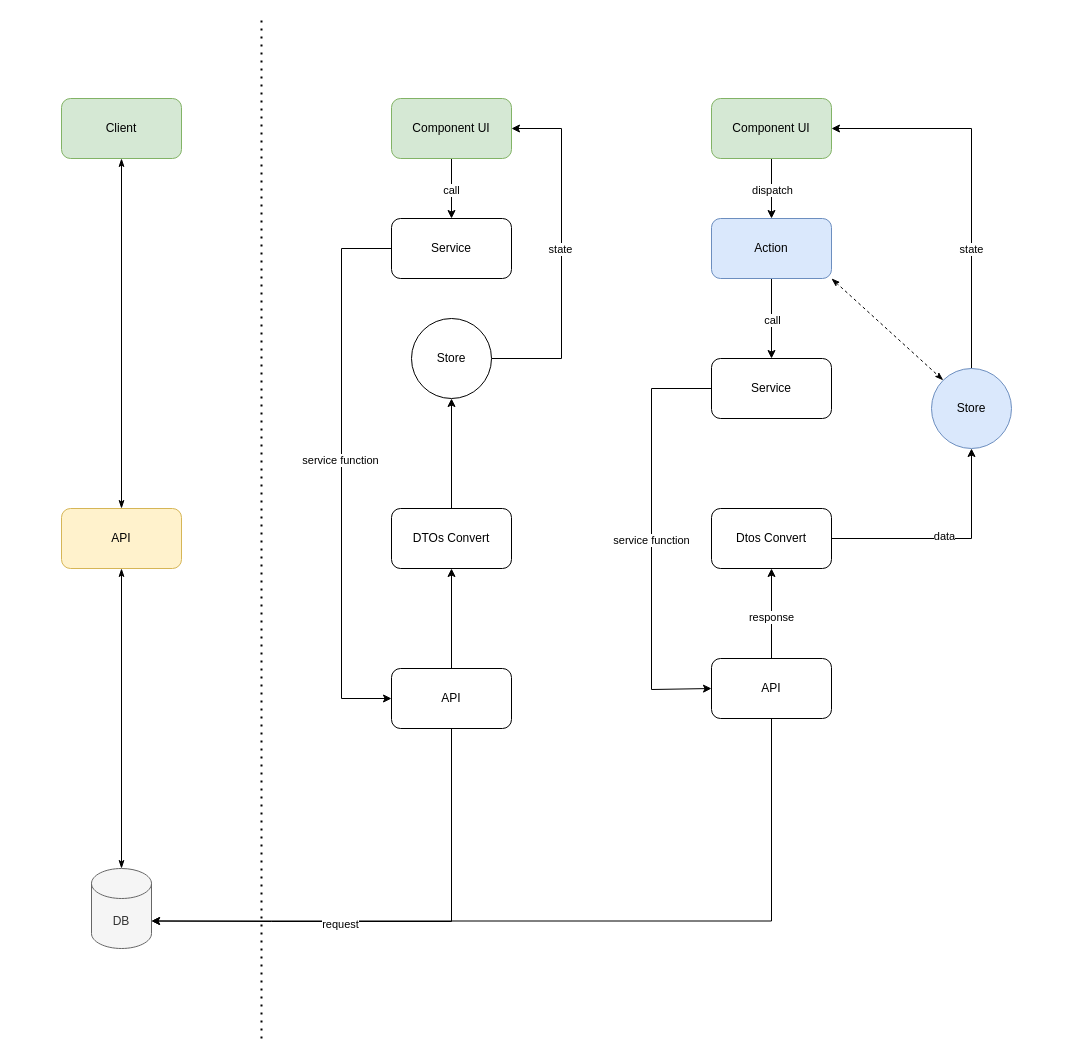
The draw.io diagram assets/架构.drawio in GitHubJiKe/drawio-assets, before the edit. Source tidied: cells renumbered, new cells numbered last; positions are measured from the earlier drawing's top-left corner, leaving out a move shared by most shapes. Both pictures are drawn from the tidied source at 100%, with x=0, y=0 at pixel (61, 18).
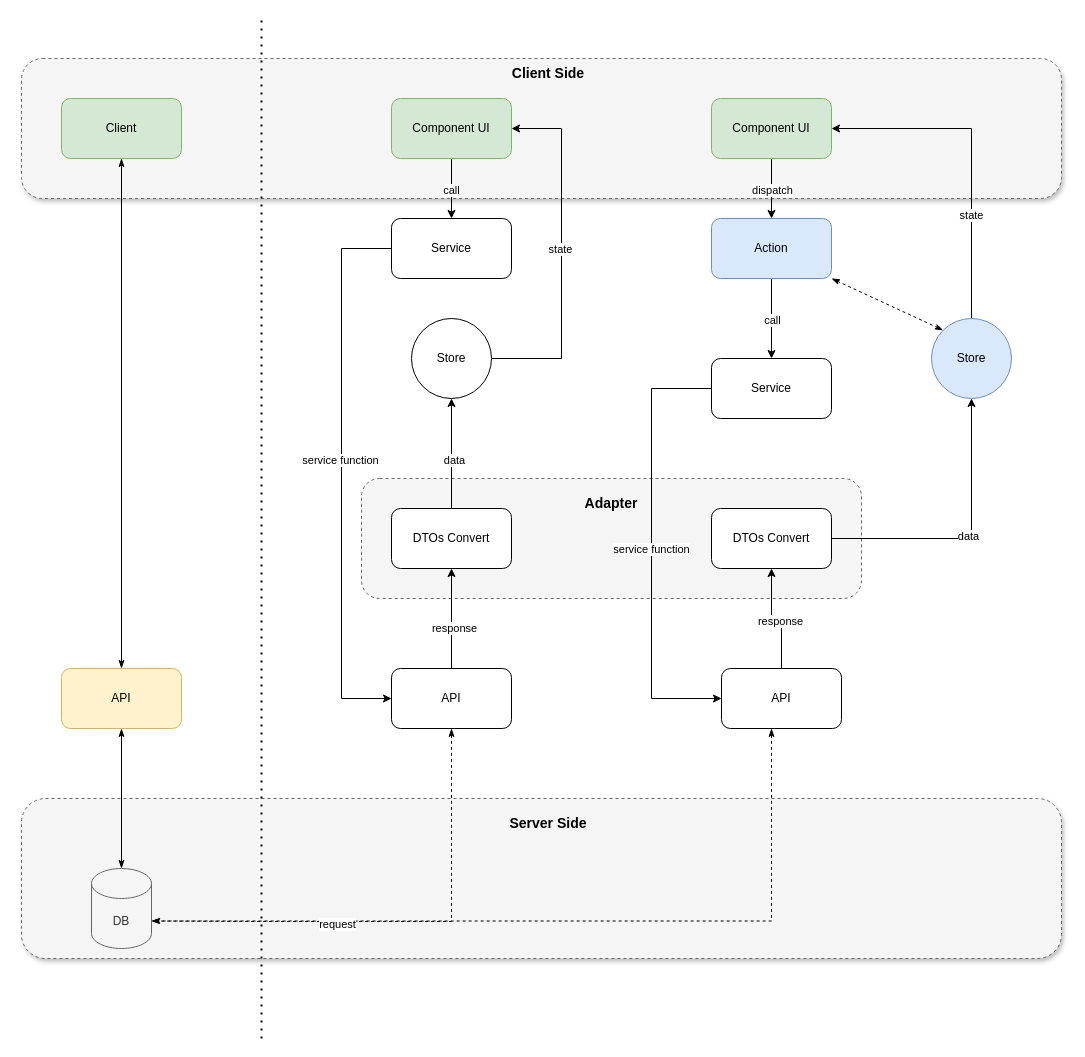
The same diagram, later.

The change refers to these unchanged cells:
```xml
<mxCell id="3" value="Client" style="rounded=1;whiteSpace=wrap;html=1;fillColor=#d5e8d4;strokeColor=#82b366;" parent="1" vertex="1">
  <mxGeometry y="80" width="120" height="60" as="geometry" />
</mxCell>
<mxCell id="6" value="DB" style="shape=cylinder3;whiteSpace=wrap;html=1;boundedLbl=1;backgroundOutline=1;size=15;fillColor=#f5f5f5;fontColor=#333333;strokeColor=#666666;" parent="1" vertex="1">
  <mxGeometry x="30" y="850" width="60" height="80" as="geometry" />
</mxCell>
<mxCell id="9" value="Component UI" style="rounded=1;whiteSpace=wrap;html=1;fillColor=#d5e8d4;strokeColor=#82b366;" parent="1" vertex="1">
  <mxGeometry x="330" y="80" width="120" height="60" as="geometry" />
</mxCell>
<mxCell id="12" value="Store" style="ellipse;whiteSpace=wrap;html=1;" parent="1" vertex="1">
  <mxGeometry x="350" y="300" width="80" height="80" as="geometry" />
</mxCell>
<mxCell id="14" value="API" style="rounded=1;whiteSpace=wrap;html=1;" parent="1" vertex="1">
  <mxGeometry x="330" y="650" width="120" height="60" as="geometry" />
</mxCell>
<mxCell id="16" value="DTOs Convert" style="rounded=1;whiteSpace=wrap;html=1;" parent="1" vertex="1">
  <mxGeometry x="330" y="490" width="120" height="60" as="geometry" />
</mxCell>
<mxCell id="19" value="Service" style="rounded=1;whiteSpace=wrap;html=1;" parent="1" vertex="1">
  <mxGeometry x="330" y="200" width="120" height="60" as="geometry" />
</mxCell>
<mxCell id="24" value="Component UI" style="rounded=1;whiteSpace=wrap;html=1;fillColor=#d5e8d4;strokeColor=#82b366;" parent="1" vertex="1">
  <mxGeometry x="650" y="80" width="120" height="60" as="geometry" />
</mxCell>
<mxCell id="28" value="Action" style="rounded=1;whiteSpace=wrap;html=1;fillColor=#dae8fc;strokeColor=#6c8ebf;" parent="1" vertex="1">
  <mxGeometry x="650" y="200" width="120" height="60" as="geometry" />
</mxCell>
<mxCell id="31" value="Service" style="rounded=1;whiteSpace=wrap;html=1;" parent="1" vertex="1">
  <mxGeometry x="650" y="340" width="120" height="60" as="geometry" />
</mxCell>
```

Diff of the diagram source:
```diff
@@
-<mxGraphModel>
+<mxGraphModel background="#ffffff">
@@
+    <mxCell id="43" style="rounded=1;whiteSpace=wrap;html=1;fillColor=#f5f5f5;strokeColor=#666666;dashed=1;shadow=1;fontColor=#333333;" parent="1" vertex="1">
+      <mxGeometry x="-40" y="40" width="1040" height="140" as="geometry" />
+    </mxCell>
+    <mxCell id="44" style="rounded=1;whiteSpace=wrap;html=1;fillColor=#f5f5f5;fontColor=#333333;strokeColor=#666666;dashed=1;shadow=1;" parent="1" vertex="1">
+      <mxGeometry x="-40" y="780" width="1040" height="160" as="geometry" />
+    </mxCell>
+    <mxCell id="45" style="rounded=1;whiteSpace=wrap;html=1;shadow=0;glass=0;dashed=1;fillColor=#f5f5f5;fillStyle=auto;fontColor=#333333;strokeColor=#666666;" parent="1" vertex="1">
+      <mxGeometry x="300" y="460" width="500" height="120" as="geometry" />
+    </mxCell>
-    <mxCell id="2" style="edgeStyle=orthogonalEdgeStyle;rounded=0;jettySize=auto;html=1;entryX=0.5;entryY=0;entryDx=0;entryDy=0;startArrow=classicThin;startFill=1;endArrow=classicThin;endFill=1;" parent="1" edge="1" source="3" target="5">
+    <mxCell id="2" style="edgeStyle=orthogonalEdgeStyle;rounded=0;jettySize=auto;html=1;entryX=0.5;entryY=0;entryDx=0;entryDy=0;startArrow=classicThin;startFill=1;endArrow=classicThin;endFill=1;flowAnimation=1;" parent="1" edge="1" source="3" target="5">
       <mxGeometry relative="1" as="geometry" />
     </mxCell>
@@
-    <mxCell id="4" style="edgeStyle=orthogonalEdgeStyle;rounded=0;jettySize=auto;html=1;endArrow=classicThin;endFill=1;startArrow=classicThin;startFill=1;" parent="1" edge="1" source="5" target="6">
+    <mxCell id="4" style="edgeStyle=orthogonalEdgeStyle;rounded=0;jettySize=auto;html=1;endArrow=classicThin;endFill=1;startArrow=classicThin;startFill=1;flowAnimation=1;" parent="1" edge="1" source="5" target="6">
       <mxGeometry relative="1" as="geometry" />
     </mxCell>
     <mxCell id="5" value="API" style="rounded=1;whiteSpace=wrap;html=1;fillColor=#fff2cc;strokeColor=#d6b656;" parent="1" vertex="1">
-      <mxGeometry y="490" width="120" height="60" as="geometry" />
+      <mxGeometry y="650" width="120" height="60" as="geometry" />
     </mxCell>
@@
-    <mxCell id="7" style="edgeStyle=orthogonalEdgeStyle;rounded=0;jettySize=auto;html=1;entryX=0.5;entryY=0;entryDx=0;entryDy=0;" parent="1" edge="1" source="9" target="19">
+    <mxCell id="7" style="edgeStyle=orthogonalEdgeStyle;rounded=0;jettySize=auto;html=1;entryX=0.5;entryY=0;entryDx=0;entryDy=0;flowAnimation=1;" parent="1" edge="1" source="9" target="19">
       <mxGeometry relative="1" as="geometry" />
     </mxCell>
@@
-    <mxCell id="10" style="edgeStyle=orthogonalEdgeStyle;rounded=0;jettySize=auto;html=1;entryX=1;entryY=0.5;entryDx=0;entryDy=0;" parent="1" edge="1" source="12" target="9">
+    <mxCell id="10" style="edgeStyle=orthogonalEdgeStyle;rounded=0;jettySize=auto;html=1;entryX=1;entryY=0.5;entryDx=0;entryDy=0;flowAnimation=1;" parent="1" edge="1" source="12" target="9">
       <mxGeometry relative="1" as="geometry">
         <Array as="points">
           <mxPoint x="500" y="340" />
           <mxPoint x="500" y="110" />
         </Array>
       </mxGeometry>
     </mxCell>
@@
-    <mxCell id="13" style="edgeStyle=orthogonalEdgeStyle;rounded=0;jettySize=auto;html=1;entryX=0.5;entryY=1;entryDx=0;entryDy=0;" parent="1" edge="1" source="14" target="16">
+    <mxCell id="13" style="edgeStyle=orthogonalEdgeStyle;rounded=0;jettySize=auto;html=1;entryX=0.5;entryY=1;entryDx=0;entryDy=0;flowAnimation=1;" parent="1" edge="1" source="14" target="16">
       <mxGeometry relative="1" as="geometry" />
     </mxCell>
+    <mxCell id="46" value="response" style="edgeLabel;html=1;align=center;verticalAlign=middle;" parent="13" vertex="1">
+      <mxGeometry x="-0.19" y="-2" relative="1" as="geometry" />
+    </mxCell>
@@
-    <mxCell id="15" style="edgeStyle=orthogonalEdgeStyle;rounded=0;jettySize=auto;html=1;" parent="1" edge="1" source="16" target="12">
+    <mxCell id="15" style="edgeStyle=orthogonalEdgeStyle;rounded=0;jettySize=auto;html=1;flowAnimation=1;" parent="1" edge="1" source="16" target="12">
       <mxGeometry relative="1" as="geometry" />
     </mxCell>
+    <mxCell id="47" value="data" style="edgeLabel;html=1;align=center;verticalAlign=middle;" parent="15" vertex="1">
+      <mxGeometry x="-0.11" y="-2" relative="1" as="geometry" />
+    </mxCell>
@@
-    <mxCell id="17" style="edgeStyle=orthogonalEdgeStyle;rounded=0;jettySize=auto;html=1;entryX=0;entryY=0.5;entryDx=0;entryDy=0;" parent="1" edge="1" source="19" target="14">
+    <mxCell id="17" style="edgeStyle=orthogonalEdgeStyle;rounded=0;jettySize=auto;html=1;entryX=0;entryY=0.5;entryDx=0;entryDy=0;flowAnimation=1;" parent="1" edge="1" source="19" target="14">
       <mxGeometry relative="1" as="geometry">
         <Array as="points">
           <mxPoint x="280" y="230" />
           <mxPoint x="280" y="680" />
         </Array>
       </mxGeometry>
     </mxCell>
@@
-    <mxCell id="20" style="edgeStyle=orthogonalEdgeStyle;rounded=0;jettySize=auto;html=1;entryX=1;entryY=0;entryDx=0;entryDy=52.5;entryPerimeter=0;" parent="1" edge="1" source="14" target="6">
+    <mxCell id="20" style="edgeStyle=orthogonalEdgeStyle;rounded=0;jettySize=auto;html=1;entryX=1;entryY=0;entryDx=0;entryDy=52.5;entryPerimeter=0;dashed=1;endArrow=classicThin;endFill=1;startArrow=classicThin;startFill=1;flowAnimation=1;" parent="1" edge="1" source="14" target="6">
       <mxGeometry relative="1" as="geometry">
         <Array as="points">
           <mxPoint x="390" y="903" />
           <mxPoint x="210" y="903" />
         </Array>
       </mxGeometry>
     </mxCell>
@@
-    <mxCell id="22" style="edgeStyle=orthogonalEdgeStyle;rounded=0;jettySize=auto;html=1;entryX=0.5;entryY=0;entryDx=0;entryDy=0;" parent="1" edge="1" source="24" target="28">
+    <mxCell id="22" style="edgeStyle=orthogonalEdgeStyle;rounded=0;jettySize=auto;html=1;entryX=0.5;entryY=0;entryDx=0;entryDy=0;flowAnimation=1;" parent="1" edge="1" source="24" target="28">
       <mxGeometry relative="1" as="geometry" />
     </mxCell>
@@
-    <mxCell id="25" style="edgeStyle=orthogonalEdgeStyle;rounded=0;jettySize=auto;html=1;entryX=0.5;entryY=0;entryDx=0;entryDy=0;" parent="1" edge="1" source="28" target="31">
+    <mxCell id="25" style="edgeStyle=orthogonalEdgeStyle;rounded=0;jettySize=auto;html=1;entryX=0.5;entryY=0;entryDx=0;entryDy=0;flowAnimation=1;" parent="1" edge="1" source="28" target="31">
       <mxGeometry relative="1" as="geometry" />
     </mxCell>
@@
-    <mxCell id="29" style="edgeStyle=orthogonalEdgeStyle;rounded=0;jettySize=auto;html=1;entryX=0;entryY=0.5;entryDx=0;entryDy=0;" parent="1" edge="1" source="31" target="37">
+    <mxCell id="29" style="edgeStyle=orthogonalEdgeStyle;rounded=0;jettySize=auto;html=1;entryX=0;entryY=0.5;entryDx=0;entryDy=0;flowAnimation=1;" parent="1" edge="1" source="31" target="37">
       <mxGeometry relative="1" as="geometry">
         <Array as="points">
           <mxPoint x="590" y="370" />
-          <mxPoint x="590" y="671" />
+          <mxPoint x="590" y="680" />
         </Array>
       </mxGeometry>
     </mxCell>
@@
-    <mxCell id="32" style="edgeStyle=orthogonalEdgeStyle;rounded=0;jettySize=auto;html=1;entryX=0.5;entryY=1;entryDx=0;entryDy=0;" parent="1" edge="1" source="34" target="42">
+    <mxCell id="32" style="edgeStyle=orthogonalEdgeStyle;rounded=0;jettySize=auto;html=1;entryX=0.5;entryY=1;entryDx=0;entryDy=0;flowAnimation=1;" parent="1" edge="1" source="34" target="42">
       <mxGeometry relative="1" as="geometry" />
     </mxCell>
@@
-    <mxCell id="34" value="Dtos Convert" style="rounded=1;whiteSpace=wrap;html=1;" parent="1" vertex="1">
+    <mxCell id="34" value="DTOs Convert" style="rounded=1;whiteSpace=wrap;html=1;" parent="1" vertex="1">
       <mxGeometry x="650" y="490" width="120" height="60" as="geometry" />
     </mxCell>
-    <mxCell id="35" style="edgeStyle=orthogonalEdgeStyle;rounded=0;jettySize=auto;html=1;entryX=0.5;entryY=1;entryDx=0;entryDy=0;" parent="1" edge="1" source="37" target="34">
+    <mxCell id="35" style="edgeStyle=orthogonalEdgeStyle;rounded=0;jettySize=auto;html=1;entryX=0.5;entryY=1;entryDx=0;entryDy=0;flowAnimation=1;" parent="1" edge="1" source="37" target="34">
       <mxGeometry relative="1" as="geometry" />
     </mxCell>
@@
     <mxCell id="37" value="API" style="rounded=1;whiteSpace=wrap;html=1;" parent="1" vertex="1">
-      <mxGeometry x="650" y="640" width="120" height="60" as="geometry" />
+      <mxGeometry x="660" y="650" width="120" height="60" as="geometry" />
     </mxCell>
-    <mxCell id="38" style="edgeStyle=orthogonalEdgeStyle;rounded=0;jettySize=auto;html=1;entryX=1;entryY=0;entryDx=0;entryDy=52.5;entryPerimeter=0;" parent="1" edge="1" source="37" target="6">
+    <mxCell id="38" style="edgeStyle=orthogonalEdgeStyle;rounded=0;jettySize=auto;html=1;entryX=1;entryY=0;entryDx=0;entryDy=52.5;entryPerimeter=0;dashed=1;endArrow=classicThin;endFill=1;startArrow=classicThin;startFill=1;flowAnimation=1;" parent="1" edge="1" source="37" target="6">
       <mxGeometry relative="1" as="geometry">
         <Array as="points">
           <mxPoint x="710" y="903" />
         </Array>
       </mxGeometry>
     </mxCell>
@@
-    <mxCell id="40" style="edgeStyle=orthogonalEdgeStyle;rounded=0;jettySize=auto;html=1;entryX=1;entryY=0.5;entryDx=0;entryDy=0;" parent="1" edge="1" source="42" target="24">
+    <mxCell id="40" style="edgeStyle=orthogonalEdgeStyle;rounded=0;jettySize=auto;html=1;entryX=1;entryY=0.5;entryDx=0;entryDy=0;flowAnimation=1;" parent="1" edge="1" source="42" target="24">
       <mxGeometry relative="1" as="geometry">
         <Array as="points">
           <mxPoint x="910" y="110" />
         </Array>
       </mxGeometry>
     </mxCell>
@@
     <mxCell id="42" value="Store" style="ellipse;whiteSpace=wrap;html=1;fillColor=#dae8fc;strokeColor=#6c8ebf;" parent="1" vertex="1">
-      <mxGeometry x="870" y="350" width="80" height="80" as="geometry" />
+      <mxGeometry x="870" y="300" width="80" height="80" as="geometry" />
     </mxCell>
+    <mxCell id="48" value="&lt;b&gt;&lt;font style=&quot;font-size: 14px;&quot;&gt;Adapter&lt;/font&gt;&lt;/b&gt;" style="text;html=1;align=center;verticalAlign=middle;whiteSpace=wrap;rounded=0;" parent="1" vertex="1">
+      <mxGeometry x="520" y="470" width="60" height="30" as="geometry" />
+    </mxCell>
+    <mxCell id="49" value="&lt;b&gt;&lt;font style=&quot;font-size: 14px;&quot;&gt;Server Side&lt;/font&gt;&lt;/b&gt;" style="text;html=1;align=center;verticalAlign=middle;whiteSpace=wrap;rounded=0;" parent="1" vertex="1">
+      <mxGeometry x="427" y="790" width="120" height="30" as="geometry" />
+    </mxCell>
+    <mxCell id="50" value="&lt;b&gt;&lt;font style=&quot;font-size: 14px;&quot;&gt;Client Side&lt;/font&gt;&lt;/b&gt;" style="text;html=1;align=center;verticalAlign=middle;whiteSpace=wrap;rounded=0;" parent="1" vertex="1">
+      <mxGeometry x="442" y="40" width="90" height="30" as="geometry" />
+    </mxCell>
```
